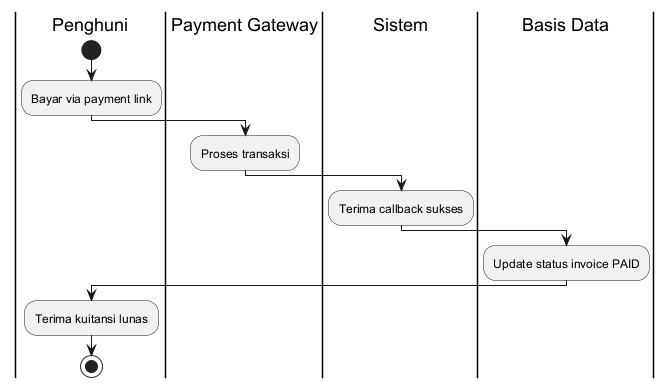
Above: docs/diagrams/9_activity_diagram_pembayaran.png in ahmadyasser72/tem-2 (PlantUML), before the change.
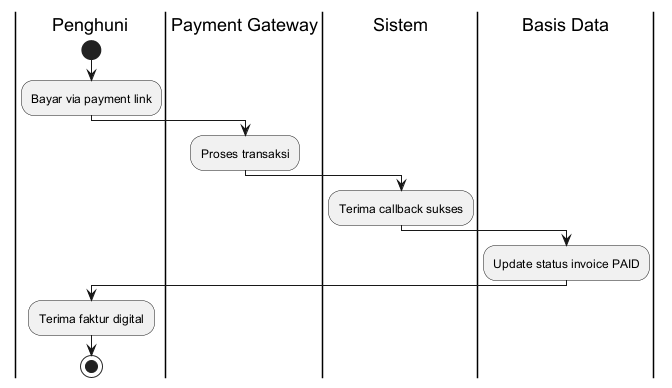
The same diagram one commit later.

The edit, as a diff of the source:
```diff
@@ -9,6 +9,6 @@
 |Basis Data|
 :Update status invoice PAID;
 |Penghuni|
-:Terima kuitansi lunas;
+:Terima faktur digital;
 stop
 @enduml
```
